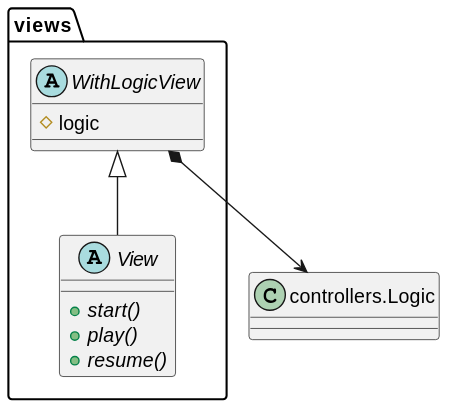
Above: out/connect4/Docs/diagrams/src/packages/connect4.connect4.views/connect4.connect4.views.svg in js-rom/connect4 (PlantUML), before the change.
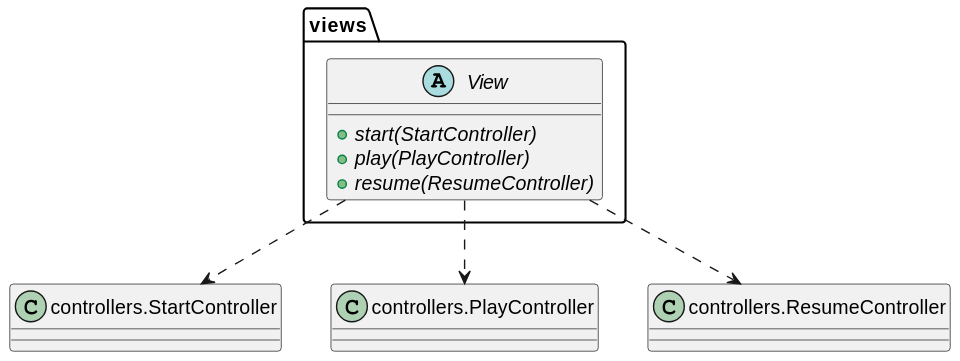
Above is the later version.

What changed in the source:
```diff
@@ -1,14 +1,14 @@
 @startuml
-abstract class views.WithLogicView
 abstract class views.View
-class Logic as "controllers.Logic"
+class StartController as "controllers.StartController"
+class PlayController as "controllers.PlayController"
+class ResumeController as "controllers.ResumeController"
 
-WithLogicView *--> Logic
-WithLogicView <|-- View
+View : {abstract} +start(StartController)
+View : {abstract} +play(PlayController)
+View : {abstract} +resume(ResumeController)
 
-WithLogicView : #logic
-
-View : {abstract} +start()
-View : {abstract} +play()
-View : {abstract} +resume()
+View ..> StartController
+View ..> PlayController
+View ..> ResumeController
 @enduml
```
